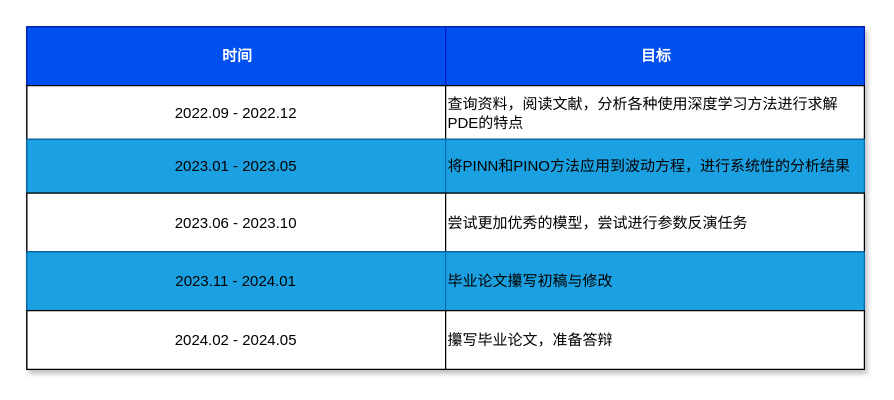
The draw.io diagram 研究生计划时间.drawio in 5huanghuai/Diagram, before the edit. Source tidied: cells renumbered, new cells numbered last; positions are measured from the earlier drawing's top-left corner, leaving out a move shared by most shapes. Both pictures are drawn from the tidied source at 125%, with x=0, y=0 at pixel (26, 26).
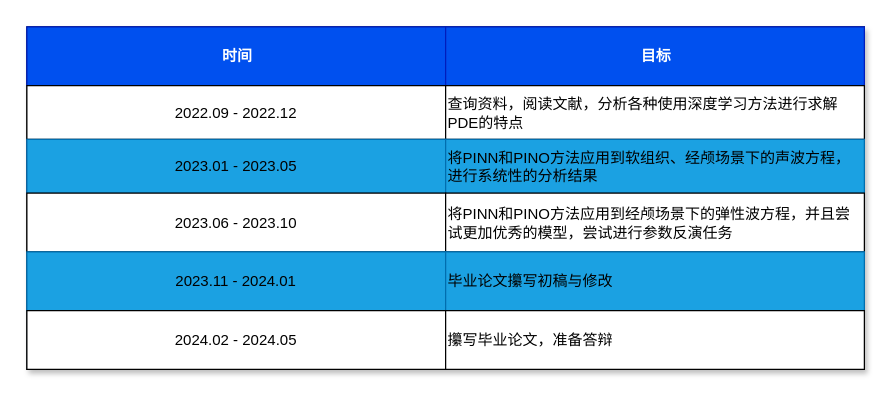
The same diagram, later.

Commit message:
更新研究生计划时间.drawio

The change refers to these unchanged cells:
```xml
<mxCell id="9" style="shape=tableRow;horizontal=0;startSize=0;swimlaneHead=0;swimlaneBody=0;top=0;left=0;bottom=0;right=0;fontStyle=1;strokeColor=#3700CC;fillColor=#6a00ff;fontColor=#ffffff;" parent="2" vertex="1">
  <mxGeometry y="90" width="670" height="43" as="geometry" />
</mxCell>
<mxCell id="12" style="shape=tableRow;horizontal=0;startSize=0;swimlaneHead=0;swimlaneBody=0;top=0;left=0;bottom=0;right=0;fontStyle=0;strokeColor=inherit;fillColor=#ffffff;" parent="2" vertex="1">
  <mxGeometry y="133" width="670" height="47" as="geometry" />
</mxCell>
```

The edit, as a diff of the source:
```diff
@@
-    <mxCell id="11" value="将PINN和PINO方法应用到波动方程，进行系统性的分析结果" style="strokeColor=#006EAF;fillColor=#1ba1e2;whiteSpace=wrap;html=1;fontColor=#000000;align=left;" parent="9" vertex="1">
+    <mxCell id="11" value="将PINN和PINO方法应用到软组织、经颅场景下的声波方程，进行系统性的分析结果" style="strokeColor=#006EAF;fillColor=#1ba1e2;whiteSpace=wrap;html=1;fontColor=#000000;align=left;" parent="9" vertex="1">
       <mxGeometry x="335" width="335" height="43" as="geometry" />
     </mxCell>
@@
-    <mxCell id="14" value="尝试更加优秀的模型，尝试进行参数反演任务" style="strokeColor=inherit;fillColor=inherit;fontStyle=0;align=left;whiteSpace=wrap;html=1;" parent="12" vertex="1">
+    <mxCell id="14" value="将PINN和PINO方法应用到经颅场景下的弹性波方程，并且尝试更加优秀的模型，尝试进行参数反演任务" style="strokeColor=inherit;fillColor=inherit;fontStyle=0;align=left;whiteSpace=wrap;html=1;" parent="12" vertex="1">
       <mxGeometry x="335" width="335" height="47" as="geometry" />
     </mxCell>
```
